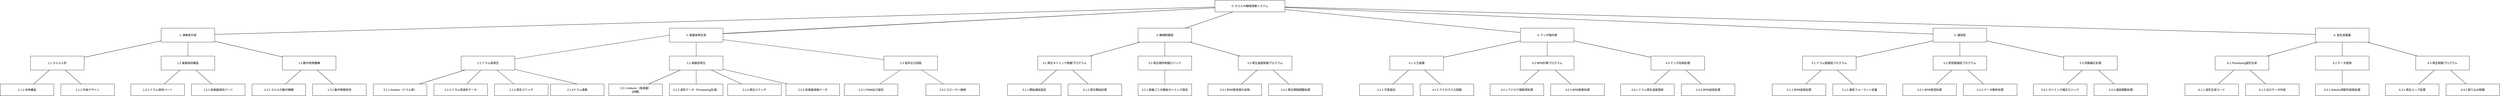
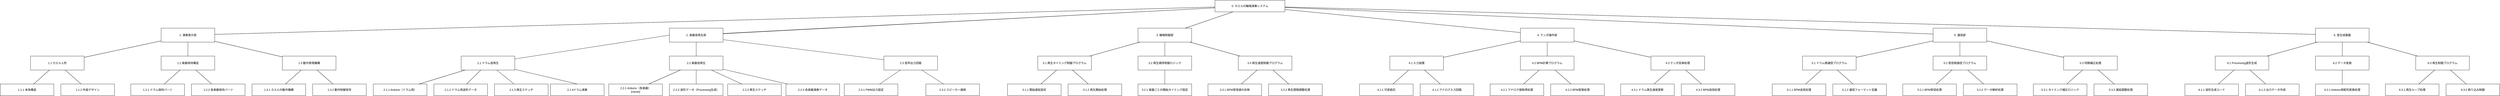
<mxfile host="65bd71144e">
    <diagram name="PBS" id="lk5ryVPkbSlLCroWqSFk">
        <mxGraphModel dx="1178" dy="809" grid="1" gridSize="10" guides="1" tooltips="1" connect="1" arrows="1" fold="1" page="1" pageScale="1" pageWidth="827" pageHeight="1169" math="0" shadow="0">
            <root>
                <mxCell id="0"/>
                <mxCell id="1" parent="0"/>
                <mxCell id="k885kA60mdbgfZntQND9-181" value="0. カエルの輪唱演奏システム" style="rounded=0;whiteSpace=wrap;html=1;fillColor=#ffffff;strokeColor=#000000;" parent="1" vertex="1">
                    <mxGeometry x="5250" y="20" width="300" height="50" as="geometry"/>
                </mxCell>
                <mxCell id="k885kA60mdbgfZntQND9-182" value="1. 演奏表示部" style="rounded=0;whiteSpace=wrap;html=1;fillColor=#ffffff;strokeColor=#000000;" parent="1" vertex="1">
                    <mxGeometry x="730" y="140" width="230" height="60" as="geometry"/>
                </mxCell>
                <mxCell id="k885kA60mdbgfZntQND9-183" value="1.1 カエル人形" style="rounded=0;whiteSpace=wrap;html=1;fillColor=#ffffff;strokeColor=#000000;" parent="1" vertex="1">
                    <mxGeometry x="170" y="260" width="230" height="60" as="geometry"/>
                </mxCell>
                <mxCell id="k885kA60mdbgfZntQND9-184" value="1.1.1 本体構造" style="rounded=0;whiteSpace=wrap;html=1;fillColor=#ffffff;strokeColor=#000000;" parent="1" vertex="1">
                    <mxGeometry x="40" y="380" width="230" height="50" as="geometry"/>
                </mxCell>
                <mxCell id="k885kA60mdbgfZntQND9-185" value="1.1.2 外装デザイン" style="rounded=0;whiteSpace=wrap;html=1;fillColor=#ffffff;strokeColor=#000000;" parent="1" vertex="1">
                    <mxGeometry x="300" y="380" width="230" height="50" as="geometry"/>
                </mxCell>
                <mxCell id="k885kA60mdbgfZntQND9-186" value="1.2 楽器保持構造" style="rounded=0;whiteSpace=wrap;html=1;fillColor=#ffffff;strokeColor=#000000;" parent="1" vertex="1">
                    <mxGeometry x="730" y="260" width="230" height="60" as="geometry"/>
                </mxCell>
                <mxCell id="k885kA60mdbgfZntQND9-187" value="1.2.1 ドラム保持パーツ" style="rounded=0;whiteSpace=wrap;html=1;fillColor=#ffffff;strokeColor=#000000;" parent="1" vertex="1">
                    <mxGeometry x="600" y="380" width="230" height="50" as="geometry"/>
                </mxCell>
                <mxCell id="k885kA60mdbgfZntQND9-188" value="1.2.2 各楽器保持パーツ" style="rounded=0;whiteSpace=wrap;html=1;fillColor=#ffffff;strokeColor=#000000;" parent="1" vertex="1">
                    <mxGeometry x="860" y="380" width="230" height="50" as="geometry"/>
                </mxCell>
                <mxCell id="k885kA60mdbgfZntQND9-189" value="1.3 演奏動作表現" style="rounded=0;whiteSpace=wrap;html=1;fillColor=#ffffff;strokeColor=#000000;" parent="1" vertex="1">
                    <mxGeometry x="1250" y="260" width="230" height="60" as="geometry"/>
                </mxCell>
                <mxCell id="k885kA60mdbgfZntQND9-190" value="1.3.1 手の動き機構" style="rounded=0;whiteSpace=wrap;html=1;fillColor=#ffffff;strokeColor=#000000;" parent="1" vertex="1">
                    <mxGeometry x="1120" y="380" width="230" height="50" as="geometry"/>
                </mxCell>
                <mxCell id="k885kA60mdbgfZntQND9-191" value="1.3.2 動作制御信号" style="rounded=0;whiteSpace=wrap;html=1;fillColor=#ffffff;strokeColor=#000000;" parent="1" vertex="1">
                    <mxGeometry x="1380" y="380" width="230" height="50" as="geometry"/>
                </mxCell>
                <mxCell id="k885kA60mdbgfZntQND9-193" value="2.1 ドラム音再生" style="rounded=0;whiteSpace=wrap;html=1;fillColor=#ffffff;strokeColor=#000000;" parent="1" vertex="1">
                    <mxGeometry x="2017" y="260" width="230" height="60" as="geometry"/>
                </mxCell>
                <mxCell id="k885kA60mdbgfZntQND9-194" value="2.1.1 Arduino（ドラム用）" style="rounded=0;whiteSpace=wrap;html=1;fillColor=#ffffff;strokeColor=#000000;" parent="1" vertex="1">
                    <mxGeometry x="1640" y="380" width="230" height="50" as="geometry"/>
                </mxCell>
                <mxCell id="k885kA60mdbgfZntQND9-195" value="2.1.2 ドラム波形データ" style="rounded=0;whiteSpace=wrap;html=1;fillColor=#ffffff;strokeColor=#000000;" parent="1" vertex="1">
                    <mxGeometry x="1900" y="380" width="230" height="50" as="geometry"/>
                </mxCell>
                <mxCell id="k885kA60mdbgfZntQND9-196" value="2.1.3 再生スケッチ" style="rounded=0;whiteSpace=wrap;html=1;fillColor=#ffffff;strokeColor=#000000;" parent="1" vertex="1">
                    <mxGeometry x="2160" y="380" width="230" height="50" as="geometry"/>
                </mxCell>
                <mxCell id="k885kA60mdbgfZntQND9-197" value="2.2 楽器音再生ユニット（各楽器）" style="rounded=0;whiteSpace=wrap;html=1;fillColor=#ffffff;strokeColor=#000000;" parent="1" vertex="1">
                    <mxGeometry x="2910" y="260" width="230" height="60" as="geometry"/>
                </mxCell>
                <mxCell id="k885kA60mdbgfZntQND9-198" value="2.2.1 Arduino（各楽器）" style="rounded=0;whiteSpace=wrap;html=1;fillColor=#ffffff;strokeColor=#000000;" parent="1" vertex="1">
                    <mxGeometry x="2650" y="380" width="230" height="50" as="geometry"/>
                </mxCell>
                <mxCell id="k885kA60mdbgfZntQND9-199" value="2.2.2 波形データ（Processing生成）" style="rounded=0;whiteSpace=wrap;html=1;fillColor=#ffffff;strokeColor=#000000;" parent="1" vertex="1">
                    <mxGeometry x="2910" y="380" width="230" height="50" as="geometry"/>
                </mxCell>
                <mxCell id="k885kA60mdbgfZntQND9-200" value="2.2.3 再生スケッチ" style="rounded=0;whiteSpace=wrap;html=1;fillColor=#ffffff;strokeColor=#000000;" parent="1" vertex="1">
                    <mxGeometry x="3160" y="380" width="230" height="50" as="geometry"/>
                </mxCell>
                <mxCell id="k885kA60mdbgfZntQND9-201" value="2.3 音声出力" style="rounded=0;whiteSpace=wrap;html=1;fillColor=#ffffff;strokeColor=#000000;" parent="1" vertex="1">
                    <mxGeometry x="3830" y="260" width="230" height="60" as="geometry"/>
                </mxCell>
                <mxCell id="k885kA60mdbgfZntQND9-205" value="3. 輪唱制御部" style="rounded=0;whiteSpace=wrap;html=1;fillColor=#ffffff;strokeColor=#000000;" parent="1" vertex="1">
                    <mxGeometry x="4920" y="140" width="230" height="60" as="geometry"/>
                </mxCell>
                <mxCell id="k885kA60mdbgfZntQND9-206" value="3.1 輪唱タイミング制御" style="rounded=0;whiteSpace=wrap;html=1;fillColor=#ffffff;strokeColor=#000000;" parent="1" vertex="1">
                    <mxGeometry x="4490" y="260" width="230" height="60" as="geometry"/>
                </mxCell>
                <mxCell id="k885kA60mdbgfZntQND9-207" value="3.1.1 開始遅延設定" style="rounded=0;whiteSpace=wrap;html=1;fillColor=#ffffff;strokeColor=#000000;" parent="1" vertex="1">
                    <mxGeometry x="4360" y="380" width="230" height="50" as="geometry"/>
                </mxCell>
                <mxCell id="k885kA60mdbgfZntQND9-208" value="3.1.2 再生開始制御" style="rounded=0;whiteSpace=wrap;html=1;fillColor=#ffffff;strokeColor=#000000;" parent="1" vertex="1">
                    <mxGeometry x="4620" y="380" width="230" height="50" as="geometry"/>
                </mxCell>
                <mxCell id="k885kA60mdbgfZntQND9-209" value="3.2 再生順序制御" style="rounded=0;whiteSpace=wrap;html=1;fillColor=#ffffff;strokeColor=#000000;" parent="1" vertex="1">
                    <mxGeometry x="4920" y="260" width="230" height="60" as="geometry"/>
                </mxCell>
                <mxCell id="k885kA60mdbgfZntQND9-210" value="3.2.1 楽器ごとの開始タイミング" style="rounded=0;whiteSpace=wrap;html=1;fillColor=#ffffff;strokeColor=#000000;" parent="1" vertex="1">
                    <mxGeometry x="4920" y="380" width="230" height="50" as="geometry"/>
                </mxCell>
                <mxCell id="k885kA60mdbgfZntQND9-211" value="3.3 テンポ追従制御" style="rounded=0;whiteSpace=wrap;html=1;fillColor=#ffffff;strokeColor=#000000;" parent="1" vertex="1">
                    <mxGeometry x="5350" y="260" width="230" height="60" as="geometry"/>
                </mxCell>
                <mxCell id="k885kA60mdbgfZntQND9-212" value="3.3.1 BPM取得処理コード" style="rounded=0;whiteSpace=wrap;html=1;fillColor=#ffffff;strokeColor=#000000;" parent="1" vertex="1">
                    <mxGeometry x="5220" y="380" width="230" height="50" as="geometry"/>
                </mxCell>
                <mxCell id="k885kA60mdbgfZntQND9-213" value="3.3.2 再生速度調整ロジック" style="rounded=0;whiteSpace=wrap;html=1;fillColor=#ffffff;strokeColor=#000000;" parent="1" vertex="1">
                    <mxGeometry x="5480" y="380" width="230" height="50" as="geometry"/>
                </mxCell>
                <mxCell id="k885kA60mdbgfZntQND9-214" value="4. テンポ操作部" style="rounded=0;whiteSpace=wrap;html=1;fillColor=#ffffff;strokeColor=#000000;" parent="1" vertex="1">
                    <mxGeometry x="6560" y="140" width="230" height="60" as="geometry"/>
                </mxCell>
                <mxCell id="k885kA60mdbgfZntQND9-215" value="4.1 入力装置" style="rounded=0;whiteSpace=wrap;html=1;fillColor=#ffffff;strokeColor=#000000;" parent="1" vertex="1">
                    <mxGeometry x="6000" y="260" width="230" height="60" as="geometry"/>
                </mxCell>
                <mxCell id="k885kA60mdbgfZntQND9-216" value="4.1.1 可変抵抗" style="rounded=0;whiteSpace=wrap;html=1;fillColor=#ffffff;strokeColor=#000000;" parent="1" vertex="1">
                    <mxGeometry x="5870" y="380" width="230" height="50" as="geometry"/>
                </mxCell>
                <mxCell id="k885kA60mdbgfZntQND9-217" value="4.1.2 アナログ入力回路" style="rounded=0;whiteSpace=wrap;html=1;fillColor=#ffffff;strokeColor=#000000;" parent="1" vertex="1">
                    <mxGeometry x="6130" y="380" width="230" height="50" as="geometry"/>
                </mxCell>
                <mxCell id="k885kA60mdbgfZntQND9-218" value="4.2 BPM算出" style="rounded=0;whiteSpace=wrap;html=1;fillColor=#ffffff;strokeColor=#000000;" parent="1" vertex="1">
                    <mxGeometry x="6560" y="260" width="230" height="60" as="geometry"/>
                </mxCell>
                <mxCell id="k885kA60mdbgfZntQND9-219" value="4.2.1 アナログ値取得コード" style="rounded=0;whiteSpace=wrap;html=1;fillColor=#ffffff;strokeColor=#000000;" parent="1" vertex="1">
                    <mxGeometry x="6430" y="380" width="230" height="50" as="geometry"/>
                </mxCell>
                <mxCell id="k885kA60mdbgfZntQND9-220" value="4.2.2 BPM変換処理コード" style="rounded=0;whiteSpace=wrap;html=1;fillColor=#ffffff;strokeColor=#000000;" parent="1" vertex="1">
                    <mxGeometry x="6690" y="380" width="230" height="50" as="geometry"/>
                </mxCell>
                <mxCell id="k885kA60mdbgfZntQND9-221" value="4.3 テンポ反映" style="rounded=0;whiteSpace=wrap;html=1;fillColor=#ffffff;strokeColor=#000000;" parent="1" vertex="1">
                    <mxGeometry x="7120" y="260" width="230" height="60" as="geometry"/>
                </mxCell>
                <mxCell id="k885kA60mdbgfZntQND9-222" value="4.3.1 ドラム再生速度更新コード" style="rounded=0;whiteSpace=wrap;html=1;fillColor=#ffffff;strokeColor=#000000;" parent="1" vertex="1">
                    <mxGeometry x="6990" y="380" width="230" height="50" as="geometry"/>
                </mxCell>
                <mxCell id="k885kA60mdbgfZntQND9-223" value="4.3.2 BPM送信トリガ" style="rounded=0;whiteSpace=wrap;html=1;fillColor=#ffffff;strokeColor=#000000;" parent="1" vertex="1">
                    <mxGeometry x="7250" y="380" width="230" height="50" as="geometry"/>
                </mxCell>
                <mxCell id="k885kA60mdbgfZntQND9-224" value="5. 通信部" style="rounded=0;whiteSpace=wrap;html=1;fillColor=#ffffff;strokeColor=#000000;" parent="1" vertex="1">
                    <mxGeometry x="8330" y="140" width="230" height="60" as="geometry"/>
                </mxCell>
                <mxCell id="k885kA60mdbgfZntQND9-225" value="5.1 ドラム側" style="rounded=0;whiteSpace=wrap;html=1;fillColor=#ffffff;strokeColor=#000000;" parent="1" vertex="1">
                    <mxGeometry x="7770" y="260" width="230" height="60" as="geometry"/>
                </mxCell>
                <mxCell id="k885kA60mdbgfZntQND9-226" value="5.1.1 BPM送信処理コード" style="rounded=0;whiteSpace=wrap;html=1;fillColor=#ffffff;strokeColor=#000000;" parent="1" vertex="1">
                    <mxGeometry x="7640" y="380" width="230" height="50" as="geometry"/>
                </mxCell>
                <mxCell id="k885kA60mdbgfZntQND9-227" value="5.1.2 通信フォーマット定義" style="rounded=0;whiteSpace=wrap;html=1;fillColor=#ffffff;strokeColor=#000000;" parent="1" vertex="1">
                    <mxGeometry x="7900" y="380" width="230" height="50" as="geometry"/>
                </mxCell>
                <mxCell id="k885kA60mdbgfZntQND9-228" value="5.2 受信側" style="rounded=0;whiteSpace=wrap;html=1;fillColor=#ffffff;strokeColor=#000000;" parent="1" vertex="1">
                    <mxGeometry x="8330" y="260" width="230" height="60" as="geometry"/>
                </mxCell>
                <mxCell id="k885kA60mdbgfZntQND9-229" value="5.2.1 BPM受信処理コード" style="rounded=0;whiteSpace=wrap;html=1;fillColor=#ffffff;strokeColor=#000000;" parent="1" vertex="1">
                    <mxGeometry x="8200" y="380" width="230" height="50" as="geometry"/>
                </mxCell>
                <mxCell id="k885kA60mdbgfZntQND9-230" value="5.2.2 データパース処理コード" style="rounded=0;whiteSpace=wrap;html=1;fillColor=#ffffff;strokeColor=#000000;" parent="1" vertex="1">
                    <mxGeometry x="8460" y="380" width="230" height="50" as="geometry"/>
                </mxCell>
                <mxCell id="k885kA60mdbgfZntQND9-231" value="5.3 同期制御" style="rounded=0;whiteSpace=wrap;html=1;fillColor=#ffffff;strokeColor=#000000;" parent="1" vertex="1">
                    <mxGeometry x="8890" y="260" width="230" height="60" as="geometry"/>
                </mxCell>
                <mxCell id="k885kA60mdbgfZntQND9-232" value="5.3.1 タイミング補正ロジック" style="rounded=0;whiteSpace=wrap;html=1;fillColor=#ffffff;strokeColor=#000000;" parent="1" vertex="1">
                    <mxGeometry x="8760" y="380" width="230" height="50" as="geometry"/>
                </mxCell>
                <mxCell id="k885kA60mdbgfZntQND9-233" value="5.3.2 遅延調整パラメータ" style="rounded=0;whiteSpace=wrap;html=1;fillColor=#ffffff;strokeColor=#000000;" parent="1" vertex="1">
                    <mxGeometry x="9020" y="380" width="230" height="50" as="geometry"/>
                </mxCell>
                <mxCell id="k885kA60mdbgfZntQND9-234" value="6. 音生成基盤" style="rounded=0;whiteSpace=wrap;html=1;fillColor=#ffffff;strokeColor=#000000;" parent="1" vertex="1">
                    <mxGeometry x="9970" y="140" width="230" height="60" as="geometry"/>
                </mxCell>
                <mxCell id="k885kA60mdbgfZntQND9-235" value="6.1 Processing" style="rounded=0;whiteSpace=wrap;html=1;fillColor=#ffffff;strokeColor=#000000;" parent="1" vertex="1">
                    <mxGeometry x="9540" y="260" width="230" height="60" as="geometry"/>
                </mxCell>
                <mxCell id="k885kA60mdbgfZntQND9-236" value="6.1.1 波形生成コード" style="rounded=0;whiteSpace=wrap;html=1;fillColor=#ffffff;strokeColor=#000000;" parent="1" vertex="1">
                    <mxGeometry x="9410" y="380" width="230" height="50" as="geometry"/>
                </mxCell>
                <mxCell id="k885kA60mdbgfZntQND9-237" value="6.1.2 出力データ生成コード" style="rounded=0;whiteSpace=wrap;html=1;fillColor=#ffffff;strokeColor=#000000;" parent="1" vertex="1">
                    <mxGeometry x="9670" y="380" width="230" height="50" as="geometry"/>
                </mxCell>
                <mxCell id="k885kA60mdbgfZntQND9-238" value="6.2 データ変換" style="rounded=0;whiteSpace=wrap;html=1;fillColor=#ffffff;strokeColor=#000000;" parent="1" vertex="1">
                    <mxGeometry x="9970" y="260" width="230" height="60" as="geometry"/>
                </mxCell>
                <mxCell id="k885kA60mdbgfZntQND9-239" value="6.2.1 Arduino用配列変換コード" style="rounded=0;whiteSpace=wrap;html=1;fillColor=#ffffff;strokeColor=#000000;" parent="1" vertex="1">
                    <mxGeometry x="9970" y="380" width="230" height="50" as="geometry"/>
                </mxCell>
                <mxCell id="k885kA60mdbgfZntQND9-240" value="6.3 再生制御" style="rounded=0;whiteSpace=wrap;html=1;fillColor=#ffffff;strokeColor=#000000;" parent="1" vertex="1">
                    <mxGeometry x="10400" y="260" width="230" height="60" as="geometry"/>
                </mxCell>
                <mxCell id="k885kA60mdbgfZntQND9-241" value="6.3.1 再生ループ処理コード" style="rounded=0;whiteSpace=wrap;html=1;fillColor=#ffffff;strokeColor=#000000;" parent="1" vertex="1">
                    <mxGeometry x="10270" y="380" width="230" height="50" as="geometry"/>
                </mxCell>
                <mxCell id="k885kA60mdbgfZntQND9-242" value="6.3.2 割り込み制御コード（必要なら）" style="rounded=0;whiteSpace=wrap;html=1;fillColor=#ffffff;strokeColor=#000000;" parent="1" vertex="1">
                    <mxGeometry x="10530" y="380" width="230" height="50" as="geometry"/>
                </mxCell>
                <mxCell id="k885kA60mdbgfZntQND9-243" style="endArrow=none;html=1;rounded=0;edgeStyle=none;" parent="1" source="k885kA60mdbgfZntQND9-181" target="k885kA60mdbgfZntQND9-182" edge="1">
                    <mxGeometry relative="1" as="geometry"/>
                </mxCell>
                <mxCell id="k885kA60mdbgfZntQND9-244" style="endArrow=none;html=1;rounded=0;edgeStyle=none;" parent="1" source="k885kA60mdbgfZntQND9-181" edge="1">
                    <mxGeometry relative="1" as="geometry">
                        <mxPoint x="3120" y="163.99791231732775" as="targetPoint"/>
                    </mxGeometry>
                </mxCell>
                <mxCell id="k885kA60mdbgfZntQND9-245" style="endArrow=none;html=1;rounded=0;edgeStyle=none;" parent="1" source="k885kA60mdbgfZntQND9-181" target="k885kA60mdbgfZntQND9-205" edge="1">
                    <mxGeometry relative="1" as="geometry"/>
                </mxCell>
                <mxCell id="k885kA60mdbgfZntQND9-246" style="endArrow=none;html=1;rounded=0;edgeStyle=none;" parent="1" source="k885kA60mdbgfZntQND9-181" target="k885kA60mdbgfZntQND9-214" edge="1">
                    <mxGeometry relative="1" as="geometry"/>
                </mxCell>
                <mxCell id="k885kA60mdbgfZntQND9-247" style="endArrow=none;html=1;rounded=0;edgeStyle=none;" parent="1" source="k885kA60mdbgfZntQND9-181" target="k885kA60mdbgfZntQND9-224" edge="1">
                    <mxGeometry relative="1" as="geometry"/>
                </mxCell>
                <mxCell id="k885kA60mdbgfZntQND9-248" style="endArrow=none;html=1;rounded=0;edgeStyle=none;" parent="1" source="k885kA60mdbgfZntQND9-181" target="k885kA60mdbgfZntQND9-234" edge="1">
                    <mxGeometry relative="1" as="geometry"/>
                </mxCell>
                <mxCell id="k885kA60mdbgfZntQND9-249" style="endArrow=none;html=1;rounded=0;edgeStyle=none;" parent="1" source="k885kA60mdbgfZntQND9-182" target="k885kA60mdbgfZntQND9-183" edge="1">
                    <mxGeometry relative="1" as="geometry"/>
                </mxCell>
                <mxCell id="k885kA60mdbgfZntQND9-250" style="endArrow=none;html=1;rounded=0;edgeStyle=none;" parent="1" source="k885kA60mdbgfZntQND9-182" target="k885kA60mdbgfZntQND9-186" edge="1">
                    <mxGeometry relative="1" as="geometry"/>
                </mxCell>
                <mxCell id="k885kA60mdbgfZntQND9-251" style="endArrow=none;html=1;rounded=0;edgeStyle=none;" parent="1" source="k885kA60mdbgfZntQND9-182" target="k885kA60mdbgfZntQND9-189" edge="1">
                    <mxGeometry relative="1" as="geometry"/>
                </mxCell>
                <mxCell id="k885kA60mdbgfZntQND9-252" style="endArrow=none;html=1;rounded=0;edgeStyle=none;" parent="1" source="k885kA60mdbgfZntQND9-183" target="k885kA60mdbgfZntQND9-184" edge="1">
                    <mxGeometry relative="1" as="geometry"/>
                </mxCell>
                <mxCell id="k885kA60mdbgfZntQND9-253" style="endArrow=none;html=1;rounded=0;edgeStyle=none;" parent="1" source="k885kA60mdbgfZntQND9-183" target="k885kA60mdbgfZntQND9-185" edge="1">
                    <mxGeometry relative="1" as="geometry"/>
                </mxCell>
                <mxCell id="k885kA60mdbgfZntQND9-254" style="endArrow=none;html=1;rounded=0;edgeStyle=none;" parent="1" source="k885kA60mdbgfZntQND9-186" target="k885kA60mdbgfZntQND9-187" edge="1">
                    <mxGeometry relative="1" as="geometry"/>
                </mxCell>
                <mxCell id="k885kA60mdbgfZntQND9-255" style="endArrow=none;html=1;rounded=0;edgeStyle=none;" parent="1" source="k885kA60mdbgfZntQND9-186" target="k885kA60mdbgfZntQND9-188" edge="1">
                    <mxGeometry relative="1" as="geometry"/>
                </mxCell>
                <mxCell id="k885kA60mdbgfZntQND9-256" style="endArrow=none;html=1;rounded=0;edgeStyle=none;" parent="1" source="k885kA60mdbgfZntQND9-189" target="k885kA60mdbgfZntQND9-190" edge="1">
                    <mxGeometry relative="1" as="geometry"/>
                </mxCell>
                <mxCell id="k885kA60mdbgfZntQND9-257" style="endArrow=none;html=1;rounded=0;edgeStyle=none;" parent="1" source="k885kA60mdbgfZntQND9-189" target="k885kA60mdbgfZntQND9-191" edge="1">
                    <mxGeometry relative="1" as="geometry"/>
                </mxCell>
                <mxCell id="k885kA60mdbgfZntQND9-258" style="endArrow=none;html=1;rounded=0;edgeStyle=none;exitX=0;exitY=0.5;exitDx=0;exitDy=0;" parent="1" source="k885kA60mdbgfZntQND9-315" target="k885kA60mdbgfZntQND9-193" edge="1">
                    <mxGeometry relative="1" as="geometry">
                        <mxPoint x="2890" y="185.80756013745713" as="sourcePoint"/>
                    </mxGeometry>
                </mxCell>
                <mxCell id="k885kA60mdbgfZntQND9-260" style="endArrow=none;html=1;rounded=0;edgeStyle=none;" parent="1" target="k885kA60mdbgfZntQND9-201" edge="1">
                    <mxGeometry relative="1" as="geometry">
                        <mxPoint x="3120" y="186.82926829268285" as="sourcePoint"/>
                    </mxGeometry>
                </mxCell>
                <mxCell id="k885kA60mdbgfZntQND9-261" style="endArrow=none;html=1;rounded=0;edgeStyle=none;" parent="1" source="k885kA60mdbgfZntQND9-193" target="k885kA60mdbgfZntQND9-194" edge="1">
                    <mxGeometry relative="1" as="geometry"/>
                </mxCell>
                <mxCell id="k885kA60mdbgfZntQND9-262" style="endArrow=none;html=1;rounded=0;edgeStyle=none;" parent="1" source="k885kA60mdbgfZntQND9-193" target="k885kA60mdbgfZntQND9-195" edge="1">
                    <mxGeometry relative="1" as="geometry"/>
                </mxCell>
                <mxCell id="k885kA60mdbgfZntQND9-263" style="endArrow=none;html=1;rounded=0;edgeStyle=none;" parent="1" source="k885kA60mdbgfZntQND9-193" target="k885kA60mdbgfZntQND9-196" edge="1">
                    <mxGeometry relative="1" as="geometry"/>
                </mxCell>
                <mxCell id="k885kA60mdbgfZntQND9-264" style="endArrow=none;html=1;rounded=0;edgeStyle=none;" parent="1" source="k885kA60mdbgfZntQND9-197" target="k885kA60mdbgfZntQND9-198" edge="1">
                    <mxGeometry relative="1" as="geometry"/>
                </mxCell>
                <mxCell id="k885kA60mdbgfZntQND9-265" style="endArrow=none;html=1;rounded=0;edgeStyle=none;" parent="1" source="k885kA60mdbgfZntQND9-197" target="k885kA60mdbgfZntQND9-199" edge="1">
                    <mxGeometry relative="1" as="geometry"/>
                </mxCell>
                <mxCell id="k885kA60mdbgfZntQND9-266" style="endArrow=none;html=1;rounded=0;edgeStyle=none;" parent="1" source="k885kA60mdbgfZntQND9-197" target="k885kA60mdbgfZntQND9-200" edge="1">
                    <mxGeometry relative="1" as="geometry"/>
                </mxCell>
                <mxCell id="k885kA60mdbgfZntQND9-270" style="endArrow=none;html=1;rounded=0;edgeStyle=none;" parent="1" source="k885kA60mdbgfZntQND9-205" target="k885kA60mdbgfZntQND9-206" edge="1">
                    <mxGeometry relative="1" as="geometry"/>
                </mxCell>
                <mxCell id="k885kA60mdbgfZntQND9-271" style="endArrow=none;html=1;rounded=0;edgeStyle=none;" parent="1" source="k885kA60mdbgfZntQND9-205" target="k885kA60mdbgfZntQND9-209" edge="1">
                    <mxGeometry relative="1" as="geometry"/>
                </mxCell>
                <mxCell id="k885kA60mdbgfZntQND9-272" style="endArrow=none;html=1;rounded=0;edgeStyle=none;" parent="1" source="k885kA60mdbgfZntQND9-205" target="k885kA60mdbgfZntQND9-211" edge="1">
                    <mxGeometry relative="1" as="geometry"/>
                </mxCell>
                <mxCell id="k885kA60mdbgfZntQND9-273" style="endArrow=none;html=1;rounded=0;edgeStyle=none;" parent="1" source="k885kA60mdbgfZntQND9-206" target="k885kA60mdbgfZntQND9-207" edge="1">
                    <mxGeometry relative="1" as="geometry"/>
                </mxCell>
                <mxCell id="k885kA60mdbgfZntQND9-274" style="endArrow=none;html=1;rounded=0;edgeStyle=none;" parent="1" source="k885kA60mdbgfZntQND9-206" target="k885kA60mdbgfZntQND9-208" edge="1">
                    <mxGeometry relative="1" as="geometry"/>
                </mxCell>
                <mxCell id="k885kA60mdbgfZntQND9-275" style="endArrow=none;html=1;rounded=0;edgeStyle=none;" parent="1" source="k885kA60mdbgfZntQND9-209" target="k885kA60mdbgfZntQND9-210" edge="1">
                    <mxGeometry relative="1" as="geometry"/>
                </mxCell>
                <mxCell id="k885kA60mdbgfZntQND9-276" style="endArrow=none;html=1;rounded=0;edgeStyle=none;" parent="1" source="k885kA60mdbgfZntQND9-211" target="k885kA60mdbgfZntQND9-212" edge="1">
                    <mxGeometry relative="1" as="geometry"/>
                </mxCell>
                <mxCell id="k885kA60mdbgfZntQND9-277" style="endArrow=none;html=1;rounded=0;edgeStyle=none;" parent="1" source="k885kA60mdbgfZntQND9-211" target="k885kA60mdbgfZntQND9-213" edge="1">
                    <mxGeometry relative="1" as="geometry"/>
                </mxCell>
                <mxCell id="k885kA60mdbgfZntQND9-278" style="endArrow=none;html=1;rounded=0;edgeStyle=none;" parent="1" source="k885kA60mdbgfZntQND9-214" target="k885kA60mdbgfZntQND9-215" edge="1">
                    <mxGeometry relative="1" as="geometry"/>
                </mxCell>
                <mxCell id="k885kA60mdbgfZntQND9-279" style="endArrow=none;html=1;rounded=0;edgeStyle=none;" parent="1" source="k885kA60mdbgfZntQND9-214" target="k885kA60mdbgfZntQND9-218" edge="1">
                    <mxGeometry relative="1" as="geometry"/>
                </mxCell>
                <mxCell id="k885kA60mdbgfZntQND9-280" style="endArrow=none;html=1;rounded=0;edgeStyle=none;" parent="1" source="k885kA60mdbgfZntQND9-214" target="k885kA60mdbgfZntQND9-221" edge="1">
                    <mxGeometry relative="1" as="geometry"/>
                </mxCell>
                <mxCell id="k885kA60mdbgfZntQND9-281" style="endArrow=none;html=1;rounded=0;edgeStyle=none;" parent="1" source="k885kA60mdbgfZntQND9-215" target="k885kA60mdbgfZntQND9-216" edge="1">
                    <mxGeometry relative="1" as="geometry"/>
                </mxCell>
                <mxCell id="k885kA60mdbgfZntQND9-282" style="endArrow=none;html=1;rounded=0;edgeStyle=none;" parent="1" source="k885kA60mdbgfZntQND9-215" target="k885kA60mdbgfZntQND9-217" edge="1">
                    <mxGeometry relative="1" as="geometry"/>
                </mxCell>
                <mxCell id="k885kA60mdbgfZntQND9-283" style="endArrow=none;html=1;rounded=0;edgeStyle=none;" parent="1" source="k885kA60mdbgfZntQND9-218" target="k885kA60mdbgfZntQND9-219" edge="1">
                    <mxGeometry relative="1" as="geometry"/>
                </mxCell>
                <mxCell id="k885kA60mdbgfZntQND9-284" style="endArrow=none;html=1;rounded=0;edgeStyle=none;" parent="1" source="k885kA60mdbgfZntQND9-218" target="k885kA60mdbgfZntQND9-220" edge="1">
                    <mxGeometry relative="1" as="geometry"/>
                </mxCell>
                <mxCell id="k885kA60mdbgfZntQND9-285" style="endArrow=none;html=1;rounded=0;edgeStyle=none;" parent="1" source="k885kA60mdbgfZntQND9-221" target="k885kA60mdbgfZntQND9-222" edge="1">
                    <mxGeometry relative="1" as="geometry"/>
                </mxCell>
                <mxCell id="k885kA60mdbgfZntQND9-286" style="endArrow=none;html=1;rounded=0;edgeStyle=none;" parent="1" source="k885kA60mdbgfZntQND9-221" target="k885kA60mdbgfZntQND9-223" edge="1">
                    <mxGeometry relative="1" as="geometry"/>
                </mxCell>
                <mxCell id="k885kA60mdbgfZntQND9-287" style="endArrow=none;html=1;rounded=0;edgeStyle=none;" parent="1" source="k885kA60mdbgfZntQND9-224" target="k885kA60mdbgfZntQND9-225" edge="1">
                    <mxGeometry relative="1" as="geometry"/>
                </mxCell>
                <mxCell id="k885kA60mdbgfZntQND9-288" style="endArrow=none;html=1;rounded=0;edgeStyle=none;" parent="1" source="k885kA60mdbgfZntQND9-224" target="k885kA60mdbgfZntQND9-228" edge="1">
                    <mxGeometry relative="1" as="geometry"/>
                </mxCell>
                <mxCell id="k885kA60mdbgfZntQND9-289" style="endArrow=none;html=1;rounded=0;edgeStyle=none;" parent="1" source="k885kA60mdbgfZntQND9-224" target="k885kA60mdbgfZntQND9-231" edge="1">
                    <mxGeometry relative="1" as="geometry"/>
                </mxCell>
                <mxCell id="k885kA60mdbgfZntQND9-290" style="endArrow=none;html=1;rounded=0;edgeStyle=none;" parent="1" source="k885kA60mdbgfZntQND9-225" target="k885kA60mdbgfZntQND9-226" edge="1">
                    <mxGeometry relative="1" as="geometry"/>
                </mxCell>
                <mxCell id="k885kA60mdbgfZntQND9-291" style="endArrow=none;html=1;rounded=0;edgeStyle=none;" parent="1" source="k885kA60mdbgfZntQND9-225" target="k885kA60mdbgfZntQND9-227" edge="1">
                    <mxGeometry relative="1" as="geometry"/>
                </mxCell>
                <mxCell id="k885kA60mdbgfZntQND9-292" style="endArrow=none;html=1;rounded=0;edgeStyle=none;" parent="1" source="k885kA60mdbgfZntQND9-228" target="k885kA60mdbgfZntQND9-229" edge="1">
                    <mxGeometry relative="1" as="geometry"/>
                </mxCell>
                <mxCell id="k885kA60mdbgfZntQND9-293" style="endArrow=none;html=1;rounded=0;edgeStyle=none;" parent="1" source="k885kA60mdbgfZntQND9-228" target="k885kA60mdbgfZntQND9-230" edge="1">
                    <mxGeometry relative="1" as="geometry"/>
                </mxCell>
                <mxCell id="k885kA60mdbgfZntQND9-294" style="endArrow=none;html=1;rounded=0;edgeStyle=none;" parent="1" source="k885kA60mdbgfZntQND9-231" target="k885kA60mdbgfZntQND9-232" edge="1">
                    <mxGeometry relative="1" as="geometry"/>
                </mxCell>
                <mxCell id="k885kA60mdbgfZntQND9-295" style="endArrow=none;html=1;rounded=0;edgeStyle=none;" parent="1" source="k885kA60mdbgfZntQND9-231" target="k885kA60mdbgfZntQND9-233" edge="1">
                    <mxGeometry relative="1" as="geometry"/>
                </mxCell>
                <mxCell id="k885kA60mdbgfZntQND9-296" style="endArrow=none;html=1;rounded=0;edgeStyle=none;" parent="1" source="k885kA60mdbgfZntQND9-234" target="k885kA60mdbgfZntQND9-235" edge="1">
                    <mxGeometry relative="1" as="geometry"/>
                </mxCell>
                <mxCell id="k885kA60mdbgfZntQND9-297" style="endArrow=none;html=1;rounded=0;edgeStyle=none;" parent="1" source="k885kA60mdbgfZntQND9-234" target="k885kA60mdbgfZntQND9-238" edge="1">
                    <mxGeometry relative="1" as="geometry"/>
                </mxCell>
                <mxCell id="k885kA60mdbgfZntQND9-298" style="endArrow=none;html=1;rounded=0;edgeStyle=none;" parent="1" source="k885kA60mdbgfZntQND9-234" target="k885kA60mdbgfZntQND9-240" edge="1">
                    <mxGeometry relative="1" as="geometry"/>
                </mxCell>
                <mxCell id="k885kA60mdbgfZntQND9-299" style="endArrow=none;html=1;rounded=0;edgeStyle=none;" parent="1" source="k885kA60mdbgfZntQND9-235" target="k885kA60mdbgfZntQND9-236" edge="1">
                    <mxGeometry relative="1" as="geometry"/>
                </mxCell>
                <mxCell id="k885kA60mdbgfZntQND9-300" style="endArrow=none;html=1;rounded=0;edgeStyle=none;" parent="1" source="k885kA60mdbgfZntQND9-235" target="k885kA60mdbgfZntQND9-237" edge="1">
                    <mxGeometry relative="1" as="geometry"/>
                </mxCell>
                <mxCell id="k885kA60mdbgfZntQND9-301" style="endArrow=none;html=1;rounded=0;edgeStyle=none;" parent="1" source="k885kA60mdbgfZntQND9-238" target="k885kA60mdbgfZntQND9-239" edge="1">
                    <mxGeometry relative="1" as="geometry"/>
                </mxCell>
                <mxCell id="k885kA60mdbgfZntQND9-302" style="endArrow=none;html=1;rounded=0;edgeStyle=none;" parent="1" source="k885kA60mdbgfZntQND9-240" target="k885kA60mdbgfZntQND9-241" edge="1">
                    <mxGeometry relative="1" as="geometry"/>
                </mxCell>
                <mxCell id="k885kA60mdbgfZntQND9-303" style="endArrow=none;html=1;rounded=0;edgeStyle=none;" parent="1" source="k885kA60mdbgfZntQND9-240" target="k885kA60mdbgfZntQND9-242" edge="1">
                    <mxGeometry relative="1" as="geometry"/>
                </mxCell>
                <mxCell id="k885kA60mdbgfZntQND9-304" value="0. カエルの輪唱演奏システム" style="rounded=0;whiteSpace=wrap;html=1;fillColor=#ffffff;strokeColor=#000000;" parent="1" vertex="1">
                    <mxGeometry x="5250" y="20" width="300" height="50" as="geometry"/>
                </mxCell>
                <mxCell id="k885kA60mdbgfZntQND9-305" value="1. 演奏表示部" style="rounded=0;whiteSpace=wrap;html=1;fillColor=#ffffff;strokeColor=#000000;" parent="1" vertex="1">
                    <mxGeometry x="730" y="140" width="230" height="60" as="geometry"/>
                </mxCell>
                <mxCell id="k885kA60mdbgfZntQND9-306" value="1.1 カエル人形" style="rounded=0;whiteSpace=wrap;html=1;fillColor=#ffffff;strokeColor=#000000;" parent="1" vertex="1">
                    <mxGeometry x="170" y="260" width="230" height="60" as="geometry"/>
                </mxCell>
                <mxCell id="k885kA60mdbgfZntQND9-307" value="1.1.1 本体構造" style="rounded=0;whiteSpace=wrap;html=1;fillColor=#ffffff;strokeColor=#000000;" parent="1" vertex="1">
                    <mxGeometry x="40" y="380" width="230" height="50" as="geometry"/>
                </mxCell>
                <mxCell id="k885kA60mdbgfZntQND9-308" value="1.1.2 外装デザイン" style="rounded=0;whiteSpace=wrap;html=1;fillColor=#ffffff;strokeColor=#000000;" parent="1" vertex="1">
                    <mxGeometry x="300" y="380" width="230" height="50" as="geometry"/>
                </mxCell>
                <mxCell id="k885kA60mdbgfZntQND9-309" value="1.2 楽器保持構造" style="rounded=0;whiteSpace=wrap;html=1;fillColor=#ffffff;strokeColor=#000000;" parent="1" vertex="1">
                    <mxGeometry x="730" y="260" width="230" height="60" as="geometry"/>
                </mxCell>
                <mxCell id="k885kA60mdbgfZntQND9-310" value="1.2.1 ドラム保持パーツ" style="rounded=0;whiteSpace=wrap;html=1;fillColor=#ffffff;strokeColor=#000000;" parent="1" vertex="1">
                    <mxGeometry x="600" y="380" width="230" height="50" as="geometry"/>
                </mxCell>
                <mxCell id="k885kA60mdbgfZntQND9-311" value="1.2.2 各楽器保持パーツ" style="rounded=0;whiteSpace=wrap;html=1;fillColor=#ffffff;strokeColor=#000000;" parent="1" vertex="1">
                    <mxGeometry x="860" y="380" width="230" height="50" as="geometry"/>
                </mxCell>
                <mxCell id="k885kA60mdbgfZntQND9-312" value="1.3 動作表現機構" style="rounded=0;whiteSpace=wrap;html=1;fillColor=#ffffff;strokeColor=#000000;" parent="1" vertex="1">
                    <mxGeometry x="1250" y="260" width="230" height="60" as="geometry"/>
                </mxCell>
                <mxCell id="k885kA60mdbgfZntQND9-313" value="1.3.1 カエルの動作機構" style="rounded=0;whiteSpace=wrap;html=1;fillColor=#ffffff;strokeColor=#000000;" parent="1" vertex="1">
                    <mxGeometry x="1120" y="380" width="230" height="50" as="geometry"/>
                </mxCell>
                <mxCell id="k885kA60mdbgfZntQND9-314" value="1.3.2 動作制御信号" style="rounded=0;whiteSpace=wrap;html=1;fillColor=#ffffff;strokeColor=#000000;" parent="1" vertex="1">
                    <mxGeometry x="1380" y="380" width="230" height="50" as="geometry"/>
                </mxCell>
                <mxCell id="k885kA60mdbgfZntQND9-315" value="2. 楽器音再生部" style="rounded=0;whiteSpace=wrap;html=1;fillColor=#ffffff;strokeColor=#000000;" parent="1" vertex="1">
                    <mxGeometry x="2910" y="140" width="230" height="60" as="geometry"/>
                </mxCell>
                <mxCell id="k885kA60mdbgfZntQND9-316" value="2.1 ドラム音再生" style="rounded=0;whiteSpace=wrap;html=1;fillColor=#ffffff;strokeColor=#000000;" parent="1" vertex="1">
                    <mxGeometry x="2017" y="260" width="230" height="60" as="geometry"/>
                </mxCell>
                <mxCell id="k885kA60mdbgfZntQND9-317" value="2.1.1 Arduino（ドラム用）" style="rounded=0;whiteSpace=wrap;html=1;fillColor=#ffffff;strokeColor=#000000;" parent="1" vertex="1">
                    <mxGeometry x="1640" y="380" width="230" height="50" as="geometry"/>
                </mxCell>
                <mxCell id="k885kA60mdbgfZntQND9-318" value="2.1.2 ドラム用波形データ" style="rounded=0;whiteSpace=wrap;html=1;fillColor=#ffffff;strokeColor=#000000;" parent="1" vertex="1">
                    <mxGeometry x="1900" y="380" width="230" height="50" as="geometry"/>
                </mxCell>
                <mxCell id="k885kA60mdbgfZntQND9-319" value="2.1.4ドラム演奏" style="rounded=0;whiteSpace=wrap;html=1;fillColor=#ffffff;strokeColor=#000000;" parent="1" vertex="1">
                    <mxGeometry x="2400" y="380" width="230" height="50" as="geometry"/>
                </mxCell>
                <mxCell id="k885kA60mdbgfZntQND9-320" value="2.2 楽器音再生" style="rounded=0;whiteSpace=wrap;html=1;fillColor=#ffffff;strokeColor=#000000;" parent="1" vertex="1">
                    <mxGeometry x="2910" y="260" width="230" height="60" as="geometry"/>
                </mxCell>
-                 <mxCell id="k885kA60mdbgfZntQND9-321" value="2.2.1 Arduino（各楽器）&lt;div&gt;[加藤]&lt;/div&gt;" style="rounded=0;whiteSpace=wrap;html=1;fillColor=#ffffff;strokeColor=#000000;" parent="1" vertex="1">
+                 <mxCell id="k885kA60mdbgfZntQND9-321" value="2.2.1 Arduino（各楽器）&lt;div&gt;[cacao]&lt;/div&gt;" style="rounded=0;whiteSpace=wrap;html=1;fillColor=#ffffff;strokeColor=#000000;" parent="1" vertex="1">
                    <mxGeometry x="2650" y="380" width="230" height="50" as="geometry"/>
                </mxCell>
                <mxCell id="k885kA60mdbgfZntQND9-322" value="2.2.2 波形データ（Processing生成）" style="rounded=0;whiteSpace=wrap;html=1;fillColor=#ffffff;strokeColor=#000000;" parent="1" vertex="1">
                    <mxGeometry x="2910" y="380" width="230" height="50" as="geometry"/>
                </mxCell>
                <mxCell id="k885kA60mdbgfZntQND9-323" value="2.2.4 各楽器演奏データ" style="rounded=0;whiteSpace=wrap;html=1;fillColor=#ffffff;strokeColor=#000000;" parent="1" vertex="1">
                    <mxGeometry x="3410" y="380" width="230" height="50" as="geometry"/>
                </mxCell>
                <mxCell id="k885kA60mdbgfZntQND9-324" value="2.3 音声出力回路" style="rounded=0;whiteSpace=wrap;html=1;fillColor=#ffffff;strokeColor=#000000;" parent="1" vertex="1">
                    <mxGeometry x="3830" y="260" width="230" height="60" as="geometry"/>
                </mxCell>
                <mxCell id="k885kA60mdbgfZntQND9-325" value="2.3.1 PWM出力設定" style="rounded=0;whiteSpace=wrap;html=1;fillColor=#ffffff;strokeColor=#000000;" parent="1" vertex="1">
                    <mxGeometry x="3660" y="380" width="230" height="50" as="geometry"/>
                </mxCell>
                <mxCell id="k885kA60mdbgfZntQND9-326" value="2.3.2 スピーカー接続" style="rounded=0;whiteSpace=wrap;html=1;fillColor=#ffffff;strokeColor=#000000;" parent="1" vertex="1">
                    <mxGeometry x="4010" y="380" width="230" height="50" as="geometry"/>
                </mxCell>
                <mxCell id="k885kA60mdbgfZntQND9-328" value="3. 輪唱制御部" style="rounded=0;whiteSpace=wrap;html=1;fillColor=#ffffff;strokeColor=#000000;" parent="1" vertex="1">
                    <mxGeometry x="4920" y="140" width="230" height="60" as="geometry"/>
                </mxCell>
                <mxCell id="k885kA60mdbgfZntQND9-329" value="3.1 再生タイミング制御プログラム" style="rounded=0;whiteSpace=wrap;html=1;fillColor=#ffffff;strokeColor=#000000;" parent="1" vertex="1">
                    <mxGeometry x="4490" y="260" width="230" height="60" as="geometry"/>
                </mxCell>
                <mxCell id="k885kA60mdbgfZntQND9-330" value="3.1.1 開始遅延設定" style="rounded=0;whiteSpace=wrap;html=1;fillColor=#ffffff;strokeColor=#000000;" parent="1" vertex="1">
                    <mxGeometry x="4360" y="380" width="230" height="50" as="geometry"/>
                </mxCell>
                <mxCell id="k885kA60mdbgfZntQND9-331" value="3.1.2 再生開始処理" style="rounded=0;whiteSpace=wrap;html=1;fillColor=#ffffff;strokeColor=#000000;" parent="1" vertex="1">
                    <mxGeometry x="4620" y="380" width="230" height="50" as="geometry"/>
                </mxCell>
                <mxCell id="k885kA60mdbgfZntQND9-332" value="3.2 再生順序制御ロジック" style="rounded=0;whiteSpace=wrap;html=1;fillColor=#ffffff;strokeColor=#000000;" parent="1" vertex="1">
                    <mxGeometry x="4920" y="260" width="230" height="60" as="geometry"/>
                </mxCell>
                <mxCell id="k885kA60mdbgfZntQND9-333" value="3.2.1 楽器ごとの開始タイミング設定" style="rounded=0;whiteSpace=wrap;html=1;fillColor=#ffffff;strokeColor=#000000;" parent="1" vertex="1">
                    <mxGeometry x="4920" y="380" width="230" height="50" as="geometry"/>
                </mxCell>
                <mxCell id="k885kA60mdbgfZntQND9-334" value="3.3 再生速度制御プログラム" style="rounded=0;whiteSpace=wrap;html=1;fillColor=#ffffff;strokeColor=#000000;" parent="1" vertex="1">
                    <mxGeometry x="5350" y="260" width="230" height="60" as="geometry"/>
                </mxCell>
                <mxCell id="k885kA60mdbgfZntQND9-335" value="3.3.1 BPM受信値の反映" style="rounded=0;whiteSpace=wrap;html=1;fillColor=#ffffff;strokeColor=#000000;" parent="1" vertex="1">
                    <mxGeometry x="5220" y="380" width="230" height="50" as="geometry"/>
                </mxCell>
                <mxCell id="k885kA60mdbgfZntQND9-336" value="3.3.2 再生間隔調整処理" style="rounded=0;whiteSpace=wrap;html=1;fillColor=#ffffff;strokeColor=#000000;" parent="1" vertex="1">
                    <mxGeometry x="5480" y="380" width="230" height="50" as="geometry"/>
                </mxCell>
                <mxCell id="k885kA60mdbgfZntQND9-337" value="4. テンポ操作部" style="rounded=0;whiteSpace=wrap;html=1;fillColor=#ffffff;strokeColor=#000000;" parent="1" vertex="1">
                    <mxGeometry x="6560" y="140" width="230" height="60" as="geometry"/>
                </mxCell>
                <mxCell id="k885kA60mdbgfZntQND9-338" value="4.1 入力装置" style="rounded=0;whiteSpace=wrap;html=1;fillColor=#ffffff;strokeColor=#000000;" parent="1" vertex="1">
                    <mxGeometry x="6000" y="260" width="230" height="60" as="geometry"/>
                </mxCell>
                <mxCell id="k885kA60mdbgfZntQND9-339" value="4.1.1 可変抵抗" style="rounded=0;whiteSpace=wrap;html=1;fillColor=#ffffff;strokeColor=#000000;" parent="1" vertex="1">
                    <mxGeometry x="5870" y="380" width="230" height="50" as="geometry"/>
                </mxCell>
                <mxCell id="k885kA60mdbgfZntQND9-340" value="4.1.2 アナログ入力回路" style="rounded=0;whiteSpace=wrap;html=1;fillColor=#ffffff;strokeColor=#000000;" parent="1" vertex="1">
                    <mxGeometry x="6130" y="380" width="230" height="50" as="geometry"/>
                </mxCell>
                <mxCell id="k885kA60mdbgfZntQND9-341" value="4.2 BPM計算プログラム" style="rounded=0;whiteSpace=wrap;html=1;fillColor=#ffffff;strokeColor=#000000;" parent="1" vertex="1">
                    <mxGeometry x="6560" y="260" width="230" height="60" as="geometry"/>
                </mxCell>
                <mxCell id="k885kA60mdbgfZntQND9-342" value="4.2.1 アナログ値取得処理" style="rounded=0;whiteSpace=wrap;html=1;fillColor=#ffffff;strokeColor=#000000;" parent="1" vertex="1">
                    <mxGeometry x="6430" y="380" width="230" height="50" as="geometry"/>
                </mxCell>
                <mxCell id="k885kA60mdbgfZntQND9-343" value="4.2.2 BPM変換処理" style="rounded=0;whiteSpace=wrap;html=1;fillColor=#ffffff;strokeColor=#000000;" parent="1" vertex="1">
                    <mxGeometry x="6690" y="380" width="230" height="50" as="geometry"/>
                </mxCell>
                <mxCell id="k885kA60mdbgfZntQND9-344" value="4.3 テンポ反映処理" style="rounded=0;whiteSpace=wrap;html=1;fillColor=#ffffff;strokeColor=#000000;" parent="1" vertex="1">
                    <mxGeometry x="7120" y="260" width="230" height="60" as="geometry"/>
                </mxCell>
                <mxCell id="k885kA60mdbgfZntQND9-345" value="4.3.1 ドラム再生速度更新" style="rounded=0;whiteSpace=wrap;html=1;fillColor=#ffffff;strokeColor=#000000;" parent="1" vertex="1">
                    <mxGeometry x="6990" y="380" width="230" height="50" as="geometry"/>
                </mxCell>
                <mxCell id="k885kA60mdbgfZntQND9-346" value="4.3.2 BPM送信処理" style="rounded=0;whiteSpace=wrap;html=1;fillColor=#ffffff;strokeColor=#000000;" parent="1" vertex="1">
                    <mxGeometry x="7250" y="380" width="230" height="50" as="geometry"/>
                </mxCell>
                <mxCell id="k885kA60mdbgfZntQND9-347" value="5. 通信部" style="rounded=0;whiteSpace=wrap;html=1;fillColor=#ffffff;strokeColor=#000000;" parent="1" vertex="1">
                    <mxGeometry x="8330" y="140" width="230" height="60" as="geometry"/>
                </mxCell>
                <mxCell id="k885kA60mdbgfZntQND9-348" value="5.1 ドラム側通信プログラム" style="rounded=0;whiteSpace=wrap;html=1;fillColor=#ffffff;strokeColor=#000000;" parent="1" vertex="1">
                    <mxGeometry x="7770" y="260" width="230" height="60" as="geometry"/>
                </mxCell>
                <mxCell id="k885kA60mdbgfZntQND9-349" value="5.1.1 BPM送信処理" style="rounded=0;whiteSpace=wrap;html=1;fillColor=#ffffff;strokeColor=#000000;" parent="1" vertex="1">
                    <mxGeometry x="7640" y="380" width="230" height="50" as="geometry"/>
                </mxCell>
                <mxCell id="k885kA60mdbgfZntQND9-350" value="5.1.2 通信フォーマット定義" style="rounded=0;whiteSpace=wrap;html=1;fillColor=#ffffff;strokeColor=#000000;" parent="1" vertex="1">
                    <mxGeometry x="7900" y="380" width="230" height="50" as="geometry"/>
                </mxCell>
                <mxCell id="k885kA60mdbgfZntQND9-351" value="5.2 受信側通信プログラム" style="rounded=0;whiteSpace=wrap;html=1;fillColor=#ffffff;strokeColor=#000000;" parent="1" vertex="1">
                    <mxGeometry x="8330" y="260" width="230" height="60" as="geometry"/>
                </mxCell>
                <mxCell id="k885kA60mdbgfZntQND9-352" value="5.2.1 BPM受信処理" style="rounded=0;whiteSpace=wrap;html=1;fillColor=#ffffff;strokeColor=#000000;" parent="1" vertex="1">
                    <mxGeometry x="8200" y="380" width="230" height="50" as="geometry"/>
                </mxCell>
                <mxCell id="k885kA60mdbgfZntQND9-353" value="5.2.2 データ解析処理" style="rounded=0;whiteSpace=wrap;html=1;fillColor=#ffffff;strokeColor=#000000;" parent="1" vertex="1">
                    <mxGeometry x="8460" y="380" width="230" height="50" as="geometry"/>
                </mxCell>
                <mxCell id="k885kA60mdbgfZntQND9-354" value="5.3 同期補正処理" style="rounded=0;whiteSpace=wrap;html=1;fillColor=#ffffff;strokeColor=#000000;" parent="1" vertex="1">
                    <mxGeometry x="8890" y="260" width="230" height="60" as="geometry"/>
                </mxCell>
                <mxCell id="k885kA60mdbgfZntQND9-355" value="5.3.1 タイミング補正ロジック" style="rounded=0;whiteSpace=wrap;html=1;fillColor=#ffffff;strokeColor=#000000;" parent="1" vertex="1">
                    <mxGeometry x="8760" y="380" width="230" height="50" as="geometry"/>
                </mxCell>
                <mxCell id="k885kA60mdbgfZntQND9-356" value="5.3.2 遅延調整処理" style="rounded=0;whiteSpace=wrap;html=1;fillColor=#ffffff;strokeColor=#000000;" parent="1" vertex="1">
                    <mxGeometry x="9020" y="380" width="230" height="50" as="geometry"/>
                </mxCell>
                <mxCell id="k885kA60mdbgfZntQND9-357" value="6. 音生成基盤" style="rounded=0;whiteSpace=wrap;html=1;fillColor=#ffffff;strokeColor=#000000;" parent="1" vertex="1">
                    <mxGeometry x="9970" y="140" width="230" height="60" as="geometry"/>
                </mxCell>
                <mxCell id="k885kA60mdbgfZntQND9-358" value="6.1 Processing波形生成" style="rounded=0;whiteSpace=wrap;html=1;fillColor=#ffffff;strokeColor=#000000;" parent="1" vertex="1">
                    <mxGeometry x="9540" y="260" width="230" height="60" as="geometry"/>
                </mxCell>
                <mxCell id="k885kA60mdbgfZntQND9-359" value="6.1.1 波形生成コード" style="rounded=0;whiteSpace=wrap;html=1;fillColor=#ffffff;strokeColor=#000000;" parent="1" vertex="1">
                    <mxGeometry x="9410" y="380" width="230" height="50" as="geometry"/>
                </mxCell>
                <mxCell id="k885kA60mdbgfZntQND9-360" value="6.1.2 出力データ作成" style="rounded=0;whiteSpace=wrap;html=1;fillColor=#ffffff;strokeColor=#000000;" parent="1" vertex="1">
                    <mxGeometry x="9670" y="380" width="230" height="50" as="geometry"/>
                </mxCell>
                <mxCell id="k885kA60mdbgfZntQND9-361" value="6.2 データ変換" style="rounded=0;whiteSpace=wrap;html=1;fillColor=#ffffff;strokeColor=#000000;" parent="1" vertex="1">
                    <mxGeometry x="9970" y="260" width="230" height="60" as="geometry"/>
                </mxCell>
                <mxCell id="k885kA60mdbgfZntQND9-362" value="6.2.1 Arduino用配列変換処理" style="rounded=0;whiteSpace=wrap;html=1;fillColor=#ffffff;strokeColor=#000000;" parent="1" vertex="1">
                    <mxGeometry x="9970" y="380" width="230" height="50" as="geometry"/>
                </mxCell>
                <mxCell id="k885kA60mdbgfZntQND9-363" value="6.3 再生制御プログラム" style="rounded=0;whiteSpace=wrap;html=1;fillColor=#ffffff;strokeColor=#000000;" parent="1" vertex="1">
                    <mxGeometry x="10400" y="260" width="230" height="60" as="geometry"/>
                </mxCell>
                <mxCell id="k885kA60mdbgfZntQND9-364" value="6.3.1 再生ループ処理" style="rounded=0;whiteSpace=wrap;html=1;fillColor=#ffffff;strokeColor=#000000;" parent="1" vertex="1">
                    <mxGeometry x="10270" y="380" width="230" height="50" as="geometry"/>
                </mxCell>
                <mxCell id="k885kA60mdbgfZntQND9-365" value="6.3.2 割り込み制御" style="rounded=0;whiteSpace=wrap;html=1;fillColor=#ffffff;strokeColor=#000000;" parent="1" vertex="1">
                    <mxGeometry x="10530" y="380" width="230" height="50" as="geometry"/>
                </mxCell>
                <mxCell id="k885kA60mdbgfZntQND9-366" style="endArrow=none;html=1;rounded=0;edgeStyle=none;" parent="1" source="k885kA60mdbgfZntQND9-304" target="k885kA60mdbgfZntQND9-305" edge="1">
                    <mxGeometry relative="1" as="geometry"/>
                </mxCell>
                <mxCell id="k885kA60mdbgfZntQND9-367" style="endArrow=none;html=1;rounded=0;edgeStyle=none;" parent="1" source="k885kA60mdbgfZntQND9-304" target="k885kA60mdbgfZntQND9-315" edge="1">
                    <mxGeometry relative="1" as="geometry"/>
                </mxCell>
                <mxCell id="k885kA60mdbgfZntQND9-368" style="endArrow=none;html=1;rounded=0;edgeStyle=none;" parent="1" source="k885kA60mdbgfZntQND9-304" target="k885kA60mdbgfZntQND9-328" edge="1">
                    <mxGeometry relative="1" as="geometry"/>
                </mxCell>
                <mxCell id="k885kA60mdbgfZntQND9-369" style="endArrow=none;html=1;rounded=0;edgeStyle=none;" parent="1" source="k885kA60mdbgfZntQND9-304" target="k885kA60mdbgfZntQND9-337" edge="1">
                    <mxGeometry relative="1" as="geometry"/>
                </mxCell>
                <mxCell id="k885kA60mdbgfZntQND9-370" style="endArrow=none;html=1;rounded=0;edgeStyle=none;" parent="1" source="k885kA60mdbgfZntQND9-304" target="k885kA60mdbgfZntQND9-347" edge="1">
                    <mxGeometry relative="1" as="geometry"/>
                </mxCell>
                <mxCell id="k885kA60mdbgfZntQND9-371" style="endArrow=none;html=1;rounded=0;edgeStyle=none;" parent="1" source="k885kA60mdbgfZntQND9-304" target="k885kA60mdbgfZntQND9-357" edge="1">
                    <mxGeometry relative="1" as="geometry"/>
                </mxCell>
                <mxCell id="k885kA60mdbgfZntQND9-372" style="endArrow=none;html=1;rounded=0;edgeStyle=none;" parent="1" source="k885kA60mdbgfZntQND9-305" target="k885kA60mdbgfZntQND9-306" edge="1">
                    <mxGeometry relative="1" as="geometry"/>
                </mxCell>
                <mxCell id="k885kA60mdbgfZntQND9-373" style="endArrow=none;html=1;rounded=0;edgeStyle=none;" parent="1" source="k885kA60mdbgfZntQND9-305" target="k885kA60mdbgfZntQND9-309" edge="1">
                    <mxGeometry relative="1" as="geometry"/>
                </mxCell>
                <mxCell id="k885kA60mdbgfZntQND9-374" style="endArrow=none;html=1;rounded=0;edgeStyle=none;" parent="1" source="k885kA60mdbgfZntQND9-305" target="k885kA60mdbgfZntQND9-312" edge="1">
                    <mxGeometry relative="1" as="geometry"/>
                </mxCell>
                <mxCell id="k885kA60mdbgfZntQND9-375" style="endArrow=none;html=1;rounded=0;edgeStyle=none;" parent="1" source="k885kA60mdbgfZntQND9-306" target="k885kA60mdbgfZntQND9-307" edge="1">
                    <mxGeometry relative="1" as="geometry"/>
                </mxCell>
                <mxCell id="k885kA60mdbgfZntQND9-376" style="endArrow=none;html=1;rounded=0;edgeStyle=none;" parent="1" source="k885kA60mdbgfZntQND9-306" target="k885kA60mdbgfZntQND9-308" edge="1">
                    <mxGeometry relative="1" as="geometry"/>
                </mxCell>
                <mxCell id="k885kA60mdbgfZntQND9-377" style="endArrow=none;html=1;rounded=0;edgeStyle=none;" parent="1" source="k885kA60mdbgfZntQND9-309" target="k885kA60mdbgfZntQND9-310" edge="1">
                    <mxGeometry relative="1" as="geometry"/>
                </mxCell>
                <mxCell id="k885kA60mdbgfZntQND9-378" style="endArrow=none;html=1;rounded=0;edgeStyle=none;" parent="1" source="k885kA60mdbgfZntQND9-309" target="k885kA60mdbgfZntQND9-311" edge="1">
                    <mxGeometry relative="1" as="geometry"/>
                </mxCell>
                <mxCell id="k885kA60mdbgfZntQND9-379" style="endArrow=none;html=1;rounded=0;edgeStyle=none;" parent="1" source="k885kA60mdbgfZntQND9-312" target="k885kA60mdbgfZntQND9-313" edge="1">
                    <mxGeometry relative="1" as="geometry"/>
                </mxCell>
                <mxCell id="k885kA60mdbgfZntQND9-380" style="endArrow=none;html=1;rounded=0;edgeStyle=none;" parent="1" source="k885kA60mdbgfZntQND9-312" target="k885kA60mdbgfZntQND9-314" edge="1">
                    <mxGeometry relative="1" as="geometry"/>
                </mxCell>
                <mxCell id="k885kA60mdbgfZntQND9-382" style="endArrow=none;html=1;rounded=0;edgeStyle=none;" parent="1" source="k885kA60mdbgfZntQND9-315" target="k885kA60mdbgfZntQND9-320" edge="1">
                    <mxGeometry relative="1" as="geometry"/>
                </mxCell>
                <mxCell id="k885kA60mdbgfZntQND9-384" style="endArrow=none;html=1;rounded=0;edgeStyle=none;" parent="1" source="k885kA60mdbgfZntQND9-316" target="k885kA60mdbgfZntQND9-317" edge="1">
                    <mxGeometry relative="1" as="geometry"/>
                </mxCell>
                <mxCell id="k885kA60mdbgfZntQND9-385" style="endArrow=none;html=1;rounded=0;edgeStyle=none;" parent="1" source="k885kA60mdbgfZntQND9-316" target="k885kA60mdbgfZntQND9-318" edge="1">
                    <mxGeometry relative="1" as="geometry"/>
                </mxCell>
                <mxCell id="k885kA60mdbgfZntQND9-386" style="endArrow=none;html=1;rounded=0;edgeStyle=none;entryX=0.5;entryY=0;entryDx=0;entryDy=0;" parent="1" source="k885kA60mdbgfZntQND9-316" target="k885kA60mdbgfZntQND9-319" edge="1">
                    <mxGeometry relative="1" as="geometry">
                        <mxPoint x="2390.2608695652175" y="380" as="targetPoint"/>
                    </mxGeometry>
                </mxCell>
                <mxCell id="k885kA60mdbgfZntQND9-387" style="endArrow=none;html=1;rounded=0;edgeStyle=none;" parent="1" source="k885kA60mdbgfZntQND9-320" target="k885kA60mdbgfZntQND9-321" edge="1">
                    <mxGeometry relative="1" as="geometry"/>
                </mxCell>
                <mxCell id="k885kA60mdbgfZntQND9-388" style="endArrow=none;html=1;rounded=0;edgeStyle=none;" parent="1" source="k885kA60mdbgfZntQND9-320" target="k885kA60mdbgfZntQND9-322" edge="1">
                    <mxGeometry relative="1" as="geometry"/>
                </mxCell>
                <mxCell id="k885kA60mdbgfZntQND9-389" style="endArrow=none;html=1;rounded=0;edgeStyle=none;" parent="1" source="k885kA60mdbgfZntQND9-320" target="k885kA60mdbgfZntQND9-323" edge="1">
                    <mxGeometry relative="1" as="geometry"/>
                </mxCell>
                <mxCell id="k885kA60mdbgfZntQND9-390" style="endArrow=none;html=1;rounded=0;edgeStyle=none;" parent="1" source="k885kA60mdbgfZntQND9-324" target="k885kA60mdbgfZntQND9-325" edge="1">
                    <mxGeometry relative="1" as="geometry"/>
                </mxCell>
                <mxCell id="k885kA60mdbgfZntQND9-391" style="endArrow=none;html=1;rounded=0;edgeStyle=none;" parent="1" source="k885kA60mdbgfZntQND9-324" target="k885kA60mdbgfZntQND9-326" edge="1">
                    <mxGeometry relative="1" as="geometry"/>
                </mxCell>
                <mxCell id="k885kA60mdbgfZntQND9-393" style="endArrow=none;html=1;rounded=0;edgeStyle=none;" parent="1" source="k885kA60mdbgfZntQND9-328" target="k885kA60mdbgfZntQND9-329" edge="1">
                    <mxGeometry relative="1" as="geometry"/>
                </mxCell>
                <mxCell id="k885kA60mdbgfZntQND9-394" style="endArrow=none;html=1;rounded=0;edgeStyle=none;" parent="1" source="k885kA60mdbgfZntQND9-328" target="k885kA60mdbgfZntQND9-332" edge="1">
                    <mxGeometry relative="1" as="geometry"/>
                </mxCell>
                <mxCell id="k885kA60mdbgfZntQND9-395" style="endArrow=none;html=1;rounded=0;edgeStyle=none;" parent="1" source="k885kA60mdbgfZntQND9-328" target="k885kA60mdbgfZntQND9-334" edge="1">
                    <mxGeometry relative="1" as="geometry"/>
                </mxCell>
                <mxCell id="k885kA60mdbgfZntQND9-396" style="endArrow=none;html=1;rounded=0;edgeStyle=none;" parent="1" source="k885kA60mdbgfZntQND9-329" target="k885kA60mdbgfZntQND9-330" edge="1">
                    <mxGeometry relative="1" as="geometry"/>
                </mxCell>
                <mxCell id="k885kA60mdbgfZntQND9-397" style="endArrow=none;html=1;rounded=0;edgeStyle=none;" parent="1" source="k885kA60mdbgfZntQND9-329" target="k885kA60mdbgfZntQND9-331" edge="1">
                    <mxGeometry relative="1" as="geometry"/>
                </mxCell>
                <mxCell id="k885kA60mdbgfZntQND9-398" style="endArrow=none;html=1;rounded=0;edgeStyle=none;" parent="1" source="k885kA60mdbgfZntQND9-332" target="k885kA60mdbgfZntQND9-333" edge="1">
                    <mxGeometry relative="1" as="geometry"/>
                </mxCell>
                <mxCell id="k885kA60mdbgfZntQND9-399" style="endArrow=none;html=1;rounded=0;edgeStyle=none;" parent="1" source="k885kA60mdbgfZntQND9-334" target="k885kA60mdbgfZntQND9-335" edge="1">
                    <mxGeometry relative="1" as="geometry"/>
                </mxCell>
                <mxCell id="k885kA60mdbgfZntQND9-400" style="endArrow=none;html=1;rounded=0;edgeStyle=none;" parent="1" source="k885kA60mdbgfZntQND9-334" target="k885kA60mdbgfZntQND9-336" edge="1">
                    <mxGeometry relative="1" as="geometry"/>
                </mxCell>
                <mxCell id="k885kA60mdbgfZntQND9-401" style="endArrow=none;html=1;rounded=0;edgeStyle=none;" parent="1" source="k885kA60mdbgfZntQND9-337" target="k885kA60mdbgfZntQND9-338" edge="1">
                    <mxGeometry relative="1" as="geometry"/>
                </mxCell>
                <mxCell id="k885kA60mdbgfZntQND9-402" style="endArrow=none;html=1;rounded=0;edgeStyle=none;" parent="1" source="k885kA60mdbgfZntQND9-337" target="k885kA60mdbgfZntQND9-341" edge="1">
                    <mxGeometry relative="1" as="geometry"/>
                </mxCell>
                <mxCell id="k885kA60mdbgfZntQND9-403" style="endArrow=none;html=1;rounded=0;edgeStyle=none;" parent="1" source="k885kA60mdbgfZntQND9-337" target="k885kA60mdbgfZntQND9-344" edge="1">
                    <mxGeometry relative="1" as="geometry"/>
                </mxCell>
                <mxCell id="k885kA60mdbgfZntQND9-404" style="endArrow=none;html=1;rounded=0;edgeStyle=none;" parent="1" source="k885kA60mdbgfZntQND9-338" target="k885kA60mdbgfZntQND9-339" edge="1">
                    <mxGeometry relative="1" as="geometry"/>
                </mxCell>
                <mxCell id="k885kA60mdbgfZntQND9-405" style="endArrow=none;html=1;rounded=0;edgeStyle=none;" parent="1" source="k885kA60mdbgfZntQND9-338" target="k885kA60mdbgfZntQND9-340" edge="1">
                    <mxGeometry relative="1" as="geometry"/>
                </mxCell>
                <mxCell id="k885kA60mdbgfZntQND9-406" style="endArrow=none;html=1;rounded=0;edgeStyle=none;" parent="1" source="k885kA60mdbgfZntQND9-341" target="k885kA60mdbgfZntQND9-342" edge="1">
                    <mxGeometry relative="1" as="geometry"/>
                </mxCell>
                <mxCell id="k885kA60mdbgfZntQND9-407" style="endArrow=none;html=1;rounded=0;edgeStyle=none;" parent="1" source="k885kA60mdbgfZntQND9-341" target="k885kA60mdbgfZntQND9-343" edge="1">
                    <mxGeometry relative="1" as="geometry"/>
                </mxCell>
                <mxCell id="k885kA60mdbgfZntQND9-408" style="endArrow=none;html=1;rounded=0;edgeStyle=none;" parent="1" source="k885kA60mdbgfZntQND9-344" target="k885kA60mdbgfZntQND9-345" edge="1">
                    <mxGeometry relative="1" as="geometry"/>
                </mxCell>
                <mxCell id="k885kA60mdbgfZntQND9-409" style="endArrow=none;html=1;rounded=0;edgeStyle=none;" parent="1" source="k885kA60mdbgfZntQND9-344" target="k885kA60mdbgfZntQND9-346" edge="1">
                    <mxGeometry relative="1" as="geometry"/>
                </mxCell>
                <mxCell id="k885kA60mdbgfZntQND9-410" style="endArrow=none;html=1;rounded=0;edgeStyle=none;" parent="1" source="k885kA60mdbgfZntQND9-347" target="k885kA60mdbgfZntQND9-348" edge="1">
                    <mxGeometry relative="1" as="geometry"/>
                </mxCell>
                <mxCell id="k885kA60mdbgfZntQND9-411" style="endArrow=none;html=1;rounded=0;edgeStyle=none;" parent="1" source="k885kA60mdbgfZntQND9-347" target="k885kA60mdbgfZntQND9-351" edge="1">
                    <mxGeometry relative="1" as="geometry"/>
                </mxCell>
                <mxCell id="k885kA60mdbgfZntQND9-412" style="endArrow=none;html=1;rounded=0;edgeStyle=none;" parent="1" source="k885kA60mdbgfZntQND9-347" target="k885kA60mdbgfZntQND9-354" edge="1">
                    <mxGeometry relative="1" as="geometry"/>
                </mxCell>
                <mxCell id="k885kA60mdbgfZntQND9-413" style="endArrow=none;html=1;rounded=0;edgeStyle=none;" parent="1" source="k885kA60mdbgfZntQND9-348" target="k885kA60mdbgfZntQND9-349" edge="1">
                    <mxGeometry relative="1" as="geometry"/>
                </mxCell>
                <mxCell id="k885kA60mdbgfZntQND9-414" style="endArrow=none;html=1;rounded=0;edgeStyle=none;" parent="1" source="k885kA60mdbgfZntQND9-348" target="k885kA60mdbgfZntQND9-350" edge="1">
                    <mxGeometry relative="1" as="geometry"/>
                </mxCell>
                <mxCell id="k885kA60mdbgfZntQND9-415" style="endArrow=none;html=1;rounded=0;edgeStyle=none;" parent="1" source="k885kA60mdbgfZntQND9-351" target="k885kA60mdbgfZntQND9-352" edge="1">
                    <mxGeometry relative="1" as="geometry"/>
                </mxCell>
                <mxCell id="k885kA60mdbgfZntQND9-416" style="endArrow=none;html=1;rounded=0;edgeStyle=none;" parent="1" source="k885kA60mdbgfZntQND9-351" target="k885kA60mdbgfZntQND9-353" edge="1">
                    <mxGeometry relative="1" as="geometry"/>
                </mxCell>
                <mxCell id="k885kA60mdbgfZntQND9-417" style="endArrow=none;html=1;rounded=0;edgeStyle=none;" parent="1" source="k885kA60mdbgfZntQND9-354" target="k885kA60mdbgfZntQND9-355" edge="1">
                    <mxGeometry relative="1" as="geometry"/>
                </mxCell>
                <mxCell id="k885kA60mdbgfZntQND9-418" style="endArrow=none;html=1;rounded=0;edgeStyle=none;" parent="1" source="k885kA60mdbgfZntQND9-354" target="k885kA60mdbgfZntQND9-356" edge="1">
                    <mxGeometry relative="1" as="geometry"/>
                </mxCell>
                <mxCell id="k885kA60mdbgfZntQND9-419" style="endArrow=none;html=1;rounded=0;edgeStyle=none;" parent="1" source="k885kA60mdbgfZntQND9-357" target="k885kA60mdbgfZntQND9-358" edge="1">
                    <mxGeometry relative="1" as="geometry"/>
                </mxCell>
                <mxCell id="k885kA60mdbgfZntQND9-420" style="endArrow=none;html=1;rounded=0;edgeStyle=none;" parent="1" source="k885kA60mdbgfZntQND9-357" target="k885kA60mdbgfZntQND9-361" edge="1">
                    <mxGeometry relative="1" as="geometry"/>
                </mxCell>
                <mxCell id="k885kA60mdbgfZntQND9-421" style="endArrow=none;html=1;rounded=0;edgeStyle=none;" parent="1" source="k885kA60mdbgfZntQND9-357" target="k885kA60mdbgfZntQND9-363" edge="1">
                    <mxGeometry relative="1" as="geometry"/>
                </mxCell>
                <mxCell id="k885kA60mdbgfZntQND9-422" style="endArrow=none;html=1;rounded=0;edgeStyle=none;" parent="1" source="k885kA60mdbgfZntQND9-358" target="k885kA60mdbgfZntQND9-359" edge="1">
                    <mxGeometry relative="1" as="geometry"/>
                </mxCell>
                <mxCell id="k885kA60mdbgfZntQND9-423" style="endArrow=none;html=1;rounded=0;edgeStyle=none;" parent="1" source="k885kA60mdbgfZntQND9-358" target="k885kA60mdbgfZntQND9-360" edge="1">
                    <mxGeometry relative="1" as="geometry"/>
                </mxCell>
                <mxCell id="k885kA60mdbgfZntQND9-424" style="endArrow=none;html=1;rounded=0;edgeStyle=none;" parent="1" source="k885kA60mdbgfZntQND9-361" target="k885kA60mdbgfZntQND9-362" edge="1">
                    <mxGeometry relative="1" as="geometry"/>
                </mxCell>
                <mxCell id="k885kA60mdbgfZntQND9-425" style="endArrow=none;html=1;rounded=0;edgeStyle=none;" parent="1" source="k885kA60mdbgfZntQND9-363" target="k885kA60mdbgfZntQND9-364" edge="1">
                    <mxGeometry relative="1" as="geometry"/>
                </mxCell>
                <mxCell id="k885kA60mdbgfZntQND9-426" style="endArrow=none;html=1;rounded=0;edgeStyle=none;" parent="1" source="k885kA60mdbgfZntQND9-363" target="k885kA60mdbgfZntQND9-365" edge="1">
                    <mxGeometry relative="1" as="geometry"/>
                </mxCell>
            </root>
        </mxGraphModel>
    </diagram>
</mxfile>